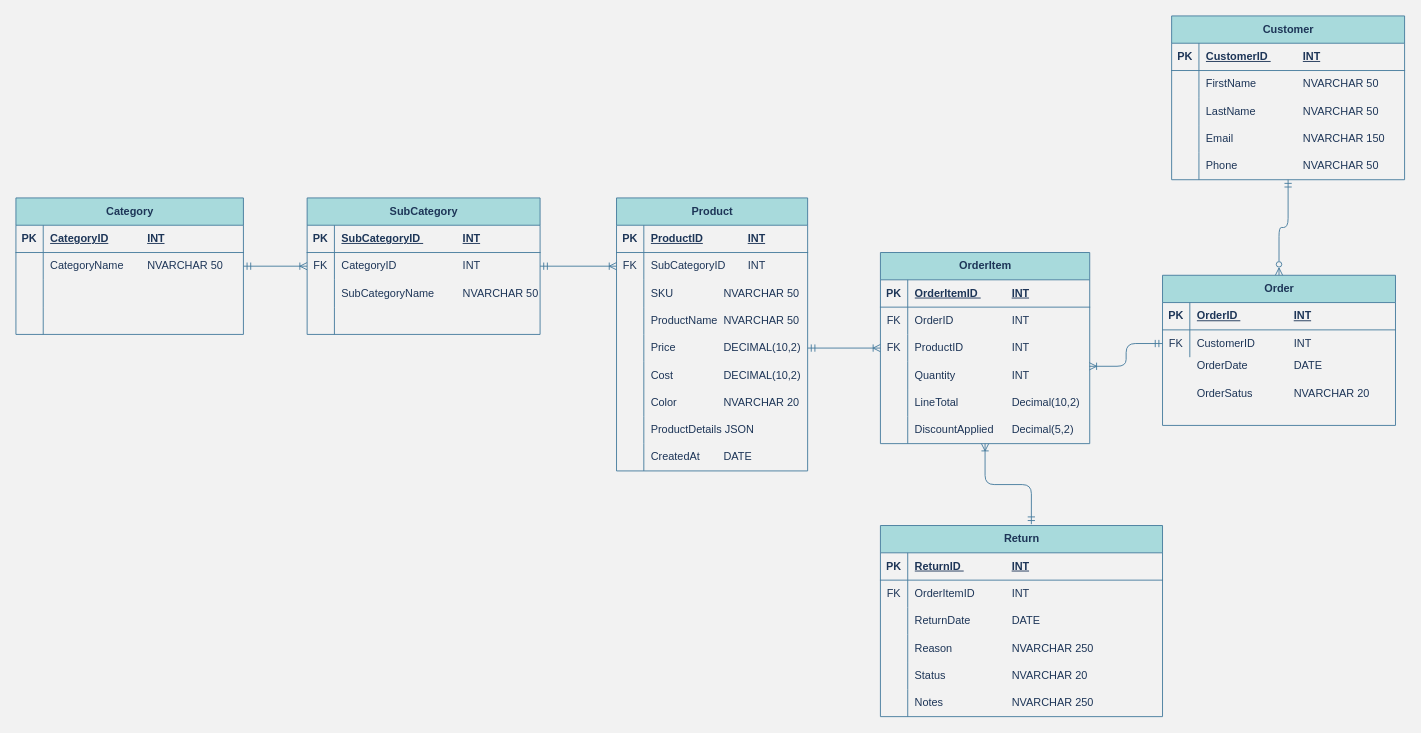
Before: page "Copy of Fysiska" (4 of 4) of NetOnNet.drawio in dargys/KimmosLektion, a draw.io diagram. Source tidied: cells renumbered, new cells numbered last; positions are measured from the earlier drawing's top-left corner, leaving out a move shared by most shapes. Both pictures are drawn from the tidied source at 91%, with x=0, y=0 at pixel (15, 15).
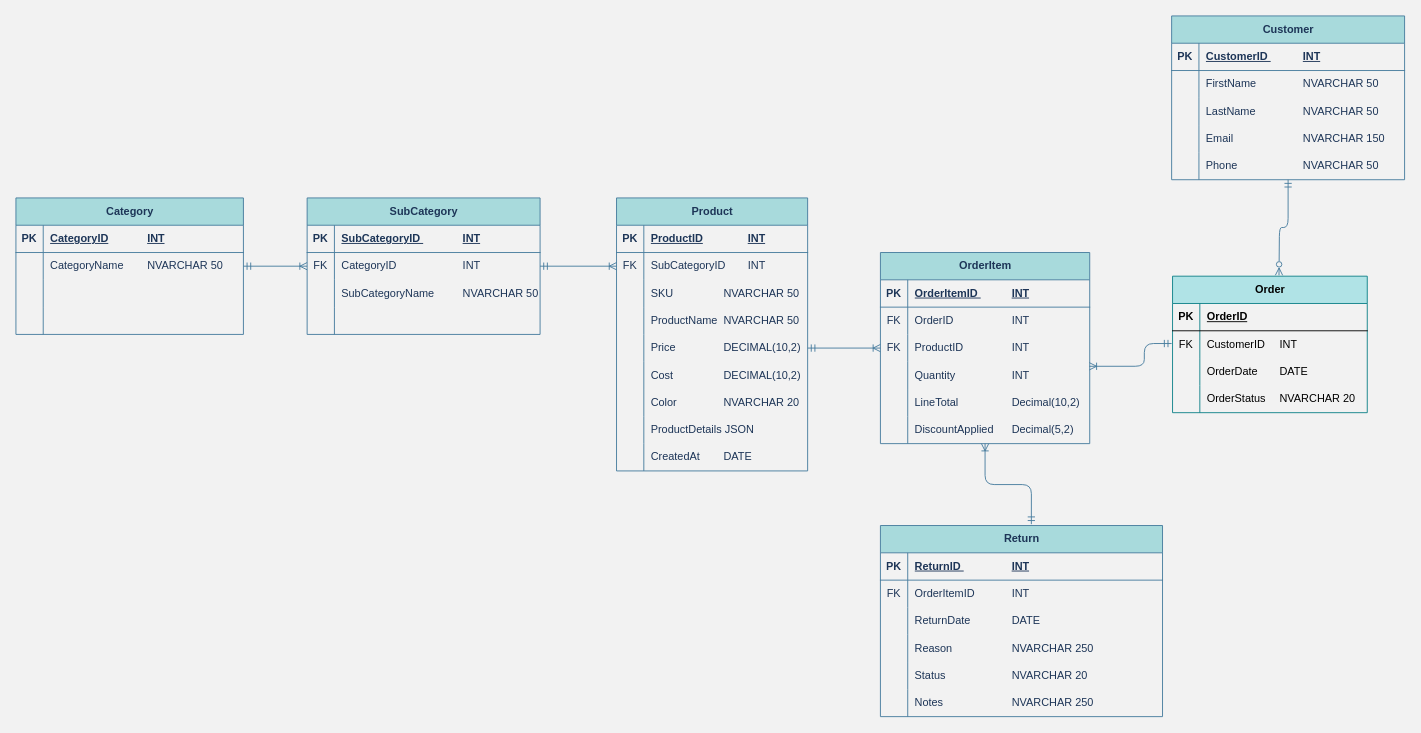
After the change.

Commit message (it also covers changes not shown here):
Add Color and ProductDetails fields to Product table; remove ProductAttribute table creation

The change refers to these unchanged cells:
```xml
<mxCell id="75" style="shape=tableRow;horizontal=0;startSize=0;swimlaneHead=0;swimlaneBody=0;fillColor=none;points=[[0,0.5],[1,0.5]];portConstraint=eastwest;top=0;left=0;right=0;bottom=0;strokeColor=#457B9D;fontColor=#1D3557;labelBackgroundColor=none;" parent="65" vertex="1">
  <mxGeometry y="120" width="230" height="30" as="geometry" />
</mxCell>
<mxCell id="107" value="Customer" style="shape=table;startSize=30;childLayout=tableLayout;rowLines=0;fontStyle=1;align=center;html=1;strokeColor=#457B9D;fontColor=#1D3557;fillColor=#A8DADC;labelBackgroundColor=none;" parent="1" vertex="1">
  <mxGeometry x="1270" width="256" height="180" as="geometry" />
</mxCell>
```

What changed in the source:
```diff
@@
-    <mxCell id="58" value="Order" style="shape=table;startSize=30;childLayout=tableLayout;rowLines=0;fontStyle=1;align=center;html=1;strokeColor=#457B9D;fontColor=#1D3557;fillColor=#A8DADC;labelBackgroundColor=none;" parent="1" vertex="1">
-      <mxGeometry x="1260" y="285" width="256" height="165" as="geometry" />
-    </mxCell>
-    <mxCell id="59" style="shape=tableRow;horizontal=0;startSize=0;swimlaneHead=0;swimlaneBody=0;fillColor=none;top=0;left=0;right=0;bottom=1;strokeColor=#457B9D;fontColor=#1D3557;labelBackgroundColor=none;" parent="58" vertex="1">
-      <mxGeometry y="30" width="256" height="30" as="geometry" />
-    </mxCell>
-    <mxCell id="60" value="PK" style="shape=partialRectangle;fillColor=none;top=0;left=0;bottom=0;right=0;fontStyle=1;overflow=hidden;whiteSpace=wrap;html=1;strokeColor=#457B9D;fontColor=#1D3557;labelBackgroundColor=none;" parent="59" vertex="1">
-      <mxGeometry width="30" height="30" as="geometry" />
-    </mxCell>
-    <mxCell id="61" value="&lt;span style=&quot;background-color: transparent; color: light-dark(rgb(29, 53, 87), rgb(176, 196, 226));&quot;&gt;OrderID&amp;nbsp;&lt;/span&gt;&lt;span style=&quot;background-color: transparent; color: light-dark(rgb(29, 53, 87), rgb(176, 196, 226)); white-space: pre;&quot;&gt;&#9;&lt;/span&gt;&lt;span style=&quot;background-color: transparent; color: light-dark(rgb(29, 53, 87), rgb(176, 196, 226)); white-space: pre;&quot;&gt;&#9;&lt;span style=&quot;white-space: pre;&quot;&gt;&#9;&lt;/span&gt;&lt;/span&gt;&lt;span style=&quot;background-color: transparent; color: light-dark(rgb(29, 53, 87), rgb(176, 196, 226));&quot;&gt;INT&lt;/span&gt;" style="shape=partialRectangle;fillColor=none;top=0;left=0;bottom=0;right=0;align=left;spacingLeft=6;fontStyle=5;overflow=hidden;whiteSpace=wrap;html=1;strokeColor=#457B9D;fontColor=#1D3557;labelBackgroundColor=none;" parent="59" vertex="1">
-      <mxGeometry x="30" width="226" height="30" as="geometry" />
-    </mxCell>
-    <mxCell id="62" style="shape=tableRow;horizontal=0;startSize=0;swimlaneHead=0;swimlaneBody=0;fillColor=none;points=[[0,0.5],[1,0.5]];portConstraint=eastwest;top=0;left=0;right=0;bottom=0;strokeColor=#457B9D;fontColor=#1D3557;labelBackgroundColor=none;" parent="58" vertex="1">
-      <mxGeometry y="60" width="256" height="30" as="geometry" />
-    </mxCell>
-    <mxCell id="63" value="FK" style="shape=partialRectangle;fillColor=none;top=0;left=0;bottom=0;right=0;overflow=hidden;whiteSpace=wrap;html=1;strokeColor=#457B9D;fontColor=#1D3557;labelBackgroundColor=none;" parent="62" vertex="1">
-      <mxGeometry width="30" height="30" as="geometry" />
-    </mxCell>
-    <mxCell id="64" value="CustomerID&lt;span style=&quot;white-space: pre;&quot;&gt;&#9;&lt;/span&gt;&lt;span style=&quot;white-space: pre;&quot;&gt;&#9;&lt;/span&gt;INT" style="shape=partialRectangle;fillColor=none;top=0;left=0;bottom=0;right=0;align=left;spacingLeft=6;overflow=hidden;whiteSpace=wrap;html=1;strokeColor=#457B9D;fontColor=#1D3557;labelBackgroundColor=none;" parent="62" vertex="1">
-      <mxGeometry x="30" width="226" height="30" as="geometry" />
-    </mxCell>
@@
-    <mxCell id="85" style="edgeStyle=orthogonalEdgeStyle;jettySize=auto;html=1;entryX=0.998;entryY=0.167;entryDx=0;entryDy=0;entryPerimeter=0;strokeColor=#457B9D;fontColor=default;startArrow=ERmandOne;startFill=0;endArrow=ERoneToMany;endFill=0;labelBackgroundColor=none;" parent="1" edge="1" source="62" target="75">
-      <mxGeometry relative="1" as="geometry" />
+    <mxCell id="85" style="edgeStyle=orthogonalEdgeStyle;jettySize=auto;html=1;entryX=0.998;entryY=0.167;entryDx=0;entryDy=0;entryPerimeter=0;strokeColor=#457B9D;fontColor=default;startArrow=ERmandOne;startFill=0;endArrow=ERoneToMany;endFill=0;labelBackgroundColor=none;" parent="1" edge="1" target="75">
+      <mxGeometry relative="1" as="geometry">
+        <mxPoint x="1270" y="360" as="sourcePoint" />
+        <Array as="points">
+          <mxPoint x="1240" y="360" />
+          <mxPoint x="1240" y="385" />
+        </Array>
+      </mxGeometry>
     </mxCell>
@@
-    <mxCell id="106" style="edgeStyle=orthogonalEdgeStyle;jettySize=auto;html=1;entryX=0.5;entryY=0;entryDx=0;entryDy=0;strokeColor=#457B9D;fontColor=default;startArrow=ERmandOne;startFill=0;endArrow=ERzeroToMany;endFill=0;labelBackgroundColor=none;" parent="1" edge="1" source="107" target="58">
-      <mxGeometry relative="1" as="geometry" />
+    <mxCell id="106" style="edgeStyle=orthogonalEdgeStyle;jettySize=auto;html=1;entryX=0.5;entryY=0;entryDx=0;entryDy=0;strokeColor=#457B9D;fontColor=default;startArrow=ERmandOne;startFill=0;endArrow=ERzeroToMany;endFill=0;labelBackgroundColor=none;" parent="1" edge="1" source="107">
+      <mxGeometry relative="1" as="geometry">
+        <mxPoint x="1388" y="285" as="targetPoint" />
+      </mxGeometry>
     </mxCell>
@@
+    <mxCell id="58" value="Order" style="shape=table;startSize=30;childLayout=tableLayout;rowLines=0;fontStyle=1;align=center;html=1;fillColor=#b0e3e6;strokeColor=#0e8088;" parent="1" vertex="1">
+      <mxGeometry x="1271" y="286" width="214" height="150" as="geometry" />
+    </mxCell>
+    <mxCell id="129" style="shape=tableRow;horizontal=0;startSize=0;swimlaneHead=0;swimlaneBody=0;fillColor=none;top=0;left=0;right=0;bottom=1;" parent="58" vertex="1">
+      <mxGeometry y="30" width="214" height="30" as="geometry" />
+    </mxCell>
+    <mxCell id="60" value="PK" style="shape=partialRectangle;fillColor=none;top=0;left=0;bottom=0;right=0;fontStyle=1;overflow=hidden;whiteSpace=wrap;html=1;" parent="129" vertex="1">
+      <mxGeometry width="30" height="30" as="geometry" />
+    </mxCell>
+    <mxCell id="130" value="OrderID" style="shape=partialRectangle;fillColor=none;top=0;left=0;bottom=0;right=0;align=left;spacingLeft=6;fontStyle=5;overflow=hidden;whiteSpace=wrap;html=1;" parent="129" vertex="1">
+      <mxGeometry x="30" width="184" height="30" as="geometry" />
+    </mxCell>
+    <mxCell id="131" style="shape=tableRow;horizontal=0;startSize=0;swimlaneHead=0;swimlaneBody=0;fillColor=none;top=0;left=0;right=0;bottom=0;" parent="58" vertex="1">
+      <mxGeometry y="60" width="214" height="30" as="geometry" />
+    </mxCell>
+    <mxCell id="63" value="FK" style="shape=partialRectangle;fillColor=none;top=0;left=0;bottom=0;right=0;overflow=hidden;whiteSpace=wrap;html=1;" parent="131" vertex="1">
+      <mxGeometry width="30" height="30" as="geometry" />
+    </mxCell>
+    <mxCell id="64" value="CustomerID&lt;span style=&quot;white-space: pre;&quot;&gt;&#9;&lt;/span&gt;INT" style="shape=partialRectangle;fillColor=none;top=0;left=0;bottom=0;right=0;align=left;spacingLeft=6;overflow=hidden;whiteSpace=wrap;html=1;" parent="131" vertex="1">
+      <mxGeometry x="30" width="184" height="30" as="geometry" />
+    </mxCell>
+    <mxCell id="132" style="shape=tableRow;horizontal=0;startSize=0;swimlaneHead=0;swimlaneBody=0;fillColor=none;top=0;left=0;right=0;bottom=0;" parent="58" vertex="1">
+      <mxGeometry y="90" width="214" height="30" as="geometry" />
+    </mxCell>
+    <mxCell id="133" style="shape=partialRectangle;fillColor=none;top=0;left=0;bottom=0;right=0;overflow=hidden;whiteSpace=wrap;html=1;" parent="132" vertex="1">
+      <mxGeometry width="30" height="30" as="geometry" />
+    </mxCell>
-    <mxCell id="127" value="OrderDate&lt;span style=&quot;white-space: pre;&quot;&gt;&#9;&lt;/span&gt;&lt;span style=&quot;white-space: pre;&quot;&gt;&#9;&lt;/span&gt;DATE" style="shape=partialRectangle;fillColor=none;top=0;left=0;bottom=0;right=0;align=left;spacingLeft=6;overflow=hidden;whiteSpace=wrap;html=1;strokeColor=#457B9D;fontColor=#1D3557;labelBackgroundColor=none;" parent="1" vertex="1">
-      <mxGeometry x="1290" y="370" width="226" height="30" as="geometry" />
+    <mxCell id="127" value="OrderDate&lt;span style=&quot;white-space: pre;&quot;&gt;&#9;&lt;/span&gt;DATE" style="shape=partialRectangle;fillColor=none;top=0;left=0;bottom=0;right=0;align=left;spacingLeft=6;overflow=hidden;whiteSpace=wrap;html=1;" parent="132" vertex="1">
+      <mxGeometry x="30" width="184" height="30" as="geometry" />
     </mxCell>
-    <mxCell id="128" value="OrderSatus&lt;span style=&quot;white-space: pre;&quot;&gt;&#9;&lt;/span&gt;&lt;span style=&quot;white-space: pre;&quot;&gt;&#9;&lt;/span&gt;NVARCHAR 20" style="shape=partialRectangle;fillColor=none;top=0;left=0;bottom=0;right=0;align=left;spacingLeft=6;overflow=hidden;whiteSpace=wrap;html=1;strokeColor=#457B9D;fontColor=#1D3557;labelBackgroundColor=none;" parent="1" vertex="1">
-      <mxGeometry x="1290" y="400" width="226" height="30" as="geometry" />
-    </mxCell>
+    <mxCell id="134" style="shape=tableRow;horizontal=0;startSize=0;swimlaneHead=0;swimlaneBody=0;fillColor=none;top=0;left=0;right=0;bottom=0;" parent="58" vertex="1">
+      <mxGeometry y="120" width="214" height="30" as="geometry" />
+    </mxCell>
+    <mxCell id="135" style="shape=partialRectangle;fillColor=none;top=0;left=0;bottom=0;right=0;overflow=hidden;whiteSpace=wrap;html=1;" parent="134" vertex="1">
+      <mxGeometry width="30" height="30" as="geometry" />
+    </mxCell>
+    <mxCell id="136" value="OrderStatus &lt;span style=&quot;white-space: pre;&quot;&gt;&#9;&lt;/span&gt;NVARCHAR 20" style="shape=partialRectangle;fillColor=none;top=0;left=0;bottom=0;right=0;align=left;spacingLeft=6;overflow=hidden;whiteSpace=wrap;html=1;" parent="134" vertex="1">
+      <mxGeometry x="30" width="184" height="30" as="geometry" />
+    </mxCell>
```
